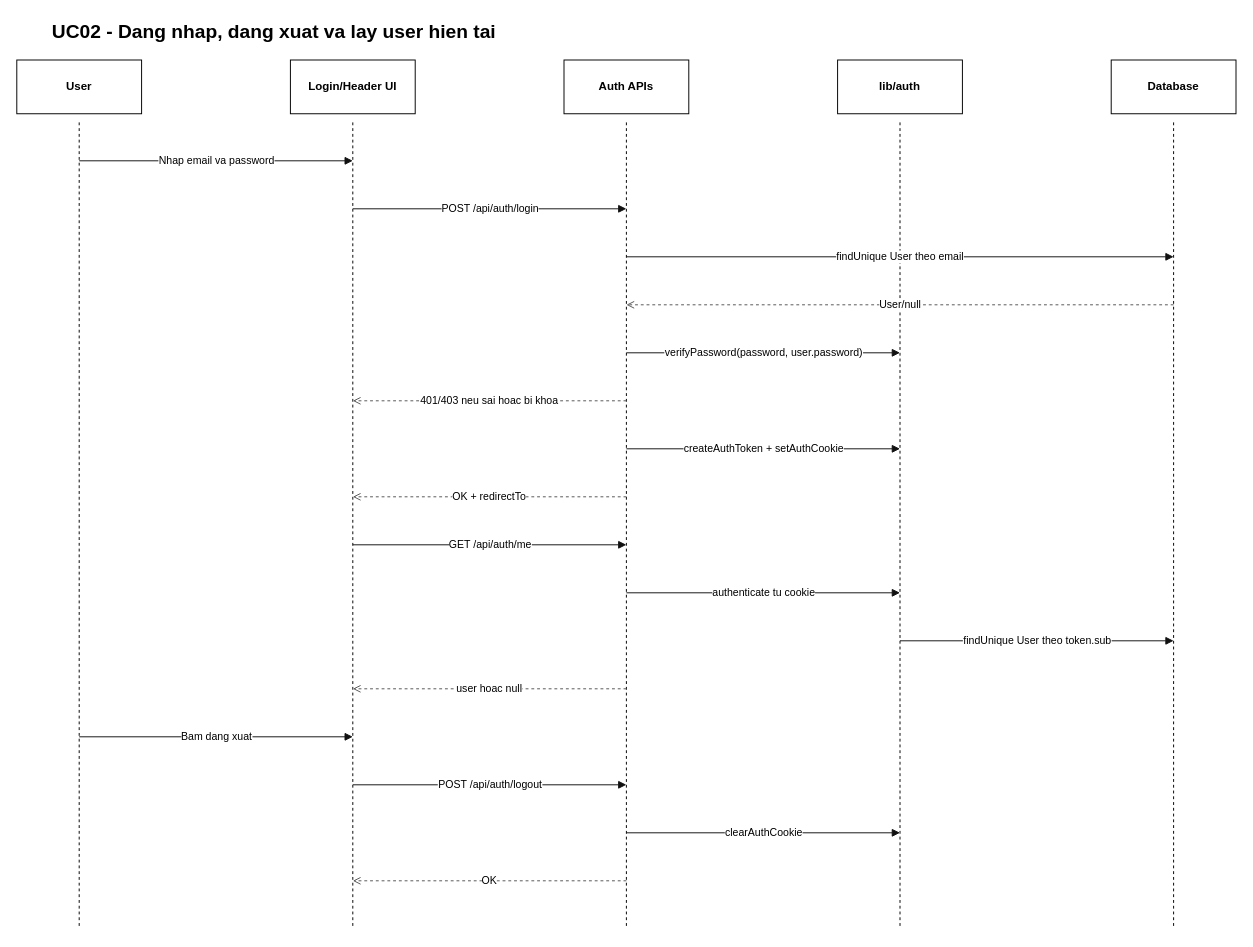
Before: page "Đăng nhập và phiên làm việc" (2 of 22) of finncenter-sequence-diagrams.drawio in vunguyen00/final-pj, a draw.io diagram. Source tidied: cells renumbered, new cells numbered last; positions are measured from the earlier drawing's top-left corner, leaving out a move shared by most shapes. Both pictures are drawn from the tidied source at 96%, with x=0, y=0 at pixel (16, 16).
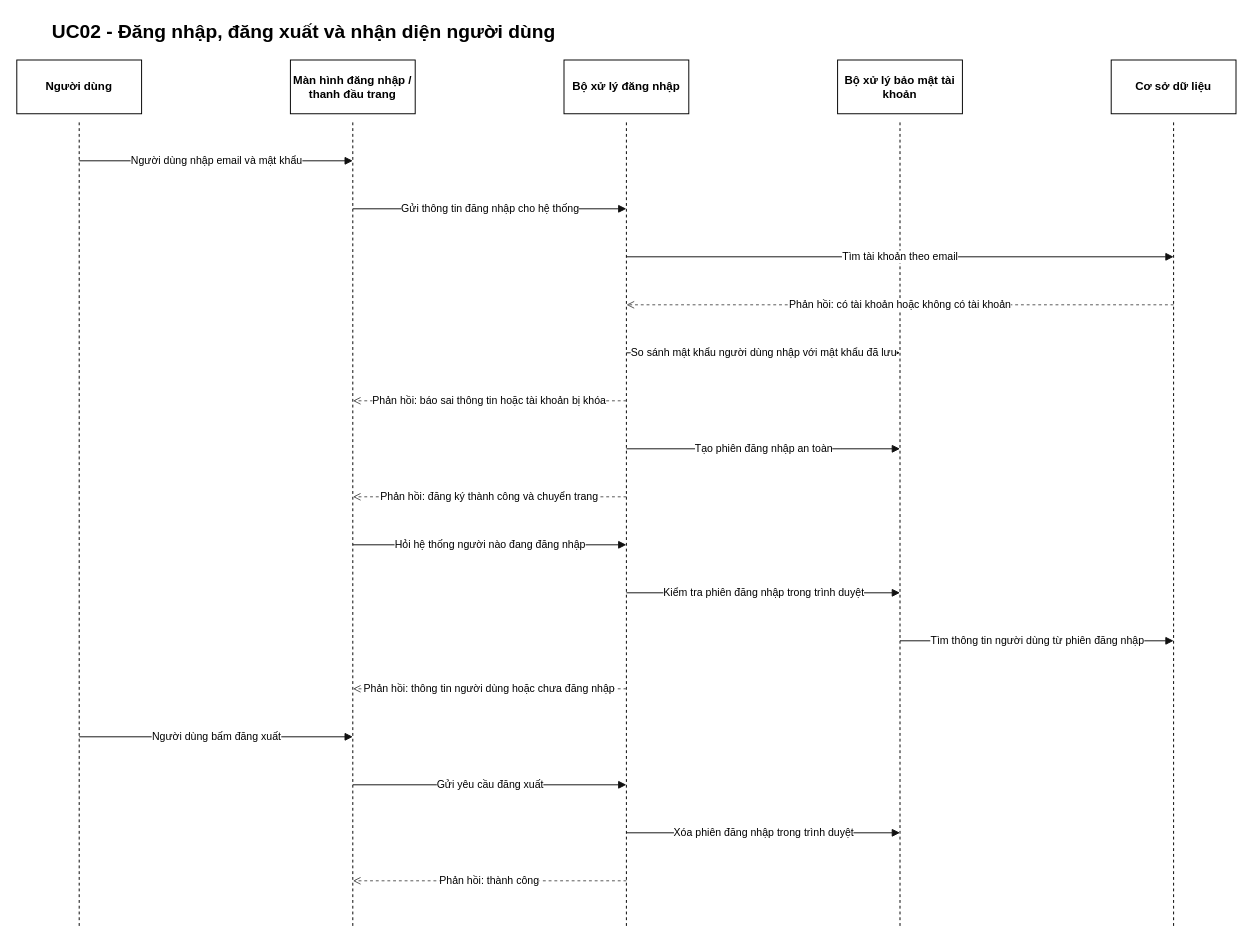
After the change.

Change to the diagram source:
```diff
@@
-    <mxCell id="2" value="UC02 - Dang nhap, dang xuat va lay user hien tai" style="text;html=1;strokeColor=none;fillColor=none;align=left;verticalAlign=middle;whiteSpace=wrap;rounded=0;fontSize=20;fontStyle=1;" parent="1" vertex="1">
+    <mxCell id="2" value="UC02 - Đăng nhập, đăng xuất và nhận diện người dùng" style="text;html=1;strokeColor=none;fillColor=none;align=left;verticalAlign=middle;whiteSpace=wrap;rounded=0;fontSize=20;fontStyle=1;" parent="1" vertex="1">
       <mxGeometry x="35" width="760" height="30" as="geometry" />
     </mxCell>
-    <mxCell id="3" value="User" style="rounded=0;whiteSpace=wrap;html=1;fontStyle=1;fillColor=#ffffff;strokeColor=#000000;" parent="1" vertex="1">
+    <mxCell id="3" value="Người dùng" style="rounded=0;whiteSpace=wrap;html=1;fontStyle=1;fillColor=#ffffff;strokeColor=#000000;" parent="1" vertex="1">
       <mxGeometry y="45" width="130" height="56" as="geometry" />
     </mxCell>
@@
-    <mxCell id="5" value="Login/Header UI" style="rounded=0;whiteSpace=wrap;html=1;fontStyle=1;fillColor=#ffffff;strokeColor=#000000;" parent="1" vertex="1">
+    <mxCell id="5" value="Màn hình đăng nhập / thanh đầu trang" style="rounded=0;whiteSpace=wrap;html=1;fontStyle=1;fillColor=#ffffff;strokeColor=#000000;" parent="1" vertex="1">
       <mxGeometry x="285" y="45" width="130" height="56" as="geometry" />
     </mxCell>
@@
-    <mxCell id="7" value="Auth APIs" style="rounded=0;whiteSpace=wrap;html=1;fontStyle=1;fillColor=#ffffff;strokeColor=#000000;" parent="1" vertex="1">
+    <mxCell id="7" value="Bộ xử lý đăng nhập" style="rounded=0;whiteSpace=wrap;html=1;fontStyle=1;fillColor=#ffffff;strokeColor=#000000;" parent="1" vertex="1">
       <mxGeometry x="570" y="45" width="130" height="56" as="geometry" />
     </mxCell>
@@
-    <mxCell id="9" value="lib/auth" style="rounded=0;whiteSpace=wrap;html=1;fontStyle=1;fillColor=#ffffff;strokeColor=#000000;" parent="1" vertex="1">
+    <mxCell id="9" value="Bộ xử lý bảo mật tài khoản" style="rounded=0;whiteSpace=wrap;html=1;fontStyle=1;fillColor=#ffffff;strokeColor=#000000;" parent="1" vertex="1">
       <mxGeometry x="855" y="45" width="130" height="56" as="geometry" />
     </mxCell>
@@
-    <mxCell id="11" value="Database" style="rounded=0;whiteSpace=wrap;html=1;fontStyle=1;fillColor=#ffffff;strokeColor=#000000;" parent="1" vertex="1">
+    <mxCell id="11" value="Cơ sở dữ liệu" style="rounded=0;whiteSpace=wrap;html=1;fontStyle=1;fillColor=#ffffff;strokeColor=#000000;" parent="1" vertex="1">
       <mxGeometry x="1140" y="45" width="130" height="56" as="geometry" />
     </mxCell>
@@
-    <mxCell id="13" value="Nhap email va password" style="endArrow=block;html=1;rounded=0;strokeWidth=1;strokeColor=#111111;" parent="1" edge="1">
+    <mxCell id="13" value="Người dùng nhập email và mật khẩu" style="endArrow=block;html=1;rounded=0;strokeWidth=1;strokeColor=#111111;" parent="1" edge="1">
       <mxGeometry relative="1" as="geometry">
         <mxPoint x="65" y="150" as="sourcePoint" />
         <mxPoint x="350" y="150" as="targetPoint" />
       </mxGeometry>
     </mxCell>
-    <mxCell id="14" value="POST /api/auth/login" style="endArrow=block;html=1;rounded=0;strokeWidth=1;strokeColor=#111111;" parent="1" edge="1">
+    <mxCell id="14" value="Gửi thông tin đăng nhập cho hệ thống" style="endArrow=block;html=1;rounded=0;strokeWidth=1;strokeColor=#111111;" parent="1" edge="1">
       <mxGeometry relative="1" as="geometry">
         <mxPoint x="350" y="200" as="sourcePoint" />
         <mxPoint x="635" y="200" as="targetPoint" />
       </mxGeometry>
     </mxCell>
-    <mxCell id="15" value="findUnique User theo email" style="endArrow=block;html=1;rounded=0;strokeWidth=1;strokeColor=#111111;" parent="1" edge="1">
+    <mxCell id="15" value="Tìm tài khoản theo email" style="endArrow=block;html=1;rounded=0;strokeWidth=1;strokeColor=#111111;" parent="1" edge="1">
       <mxGeometry relative="1" as="geometry">
         <mxPoint x="635" y="250" as="sourcePoint" />
         <mxPoint x="1205" y="250" as="targetPoint" />
       </mxGeometry>
     </mxCell>
-    <mxCell id="16" value="User/null" style="endArrow=open;html=1;rounded=0;dashed=1;strokeWidth=1;strokeColor=#555555;" parent="1" edge="1">
+    <mxCell id="16" value="Phản hồi: có tài khoản hoặc không có tài khoản" style="endArrow=open;html=1;rounded=0;dashed=1;strokeWidth=1;strokeColor=#555555;" parent="1" edge="1">
       <mxGeometry relative="1" as="geometry">
         <mxPoint x="1205" y="300" as="sourcePoint" />
         <mxPoint x="635" y="300" as="targetPoint" />
       </mxGeometry>
     </mxCell>
-    <mxCell id="17" value="verifyPassword(password, user.password)" style="endArrow=block;html=1;rounded=0;strokeWidth=1;strokeColor=#111111;" parent="1" edge="1">
+    <mxCell id="17" value="So sánh mật khẩu người dùng nhập với mật khẩu đã lưu" style="endArrow=block;html=1;rounded=0;strokeWidth=1;strokeColor=#111111;" parent="1" edge="1">
       <mxGeometry relative="1" as="geometry">
         <mxPoint x="635" y="350" as="sourcePoint" />
         <mxPoint x="920" y="350" as="targetPoint" />
       </mxGeometry>
     </mxCell>
-    <mxCell id="18" value="401/403 neu sai hoac bi khoa" style="endArrow=open;html=1;rounded=0;dashed=1;strokeWidth=1;strokeColor=#555555;" parent="1" edge="1">
+    <mxCell id="18" value="Phản hồi: báo sai thông tin hoặc tài khoản bị khóa" style="endArrow=open;html=1;rounded=0;dashed=1;strokeWidth=1;strokeColor=#555555;" parent="1" edge="1">
       <mxGeometry relative="1" as="geometry">
         <mxPoint x="635" y="400" as="sourcePoint" />
         <mxPoint x="350" y="400" as="targetPoint" />
       </mxGeometry>
     </mxCell>
-    <mxCell id="19" value="createAuthToken + setAuthCookie" style="endArrow=block;html=1;rounded=0;strokeWidth=1;strokeColor=#111111;" parent="1" edge="1">
+    <mxCell id="19" value="Tạo phiên đăng nhập an toàn" style="endArrow=block;html=1;rounded=0;strokeWidth=1;strokeColor=#111111;" parent="1" edge="1">
       <mxGeometry relative="1" as="geometry">
         <mxPoint x="635" y="450" as="sourcePoint" />
         <mxPoint x="920" y="450" as="targetPoint" />
       </mxGeometry>
     </mxCell>
-    <mxCell id="20" value="OK + redirectTo" style="endArrow=open;html=1;rounded=0;dashed=1;strokeWidth=1;strokeColor=#555555;" parent="1" edge="1">
+    <mxCell id="20" value="Phản hồi: đăng ký thành công và chuyển trang" style="endArrow=open;html=1;rounded=0;dashed=1;strokeWidth=1;strokeColor=#555555;" parent="1" edge="1">
       <mxGeometry relative="1" as="geometry">
         <mxPoint x="635" y="500" as="sourcePoint" />
         <mxPoint x="350" y="500" as="targetPoint" />
       </mxGeometry>
     </mxCell>
-    <mxCell id="21" value="GET /api/auth/me" style="endArrow=block;html=1;rounded=0;strokeWidth=1;strokeColor=#111111;" parent="1" edge="1">
+    <mxCell id="21" value="Hỏi hệ thống người nào đang đăng nhập" style="endArrow=block;html=1;rounded=0;strokeWidth=1;strokeColor=#111111;" parent="1" edge="1">
       <mxGeometry relative="1" as="geometry">
         <mxPoint x="350" y="550" as="sourcePoint" />
         <mxPoint x="635" y="550" as="targetPoint" />
       </mxGeometry>
     </mxCell>
-    <mxCell id="22" value="authenticate tu cookie" style="endArrow=block;html=1;rounded=0;strokeWidth=1;strokeColor=#111111;" parent="1" edge="1">
+    <mxCell id="22" value="Kiểm tra phiên đăng nhập trong trình duyệt" style="endArrow=block;html=1;rounded=0;strokeWidth=1;strokeColor=#111111;" parent="1" edge="1">
       <mxGeometry relative="1" as="geometry">
         <mxPoint x="635" y="600" as="sourcePoint" />
         <mxPoint x="920" y="600" as="targetPoint" />
       </mxGeometry>
     </mxCell>
-    <mxCell id="23" value="findUnique User theo token.sub" style="endArrow=block;html=1;rounded=0;strokeWidth=1;strokeColor=#111111;" parent="1" edge="1">
+    <mxCell id="23" value="Tìm thông tin người dùng từ phiên đăng nhập" style="endArrow=block;html=1;rounded=0;strokeWidth=1;strokeColor=#111111;" parent="1" edge="1">
       <mxGeometry relative="1" as="geometry">
         <mxPoint x="920" y="650" as="sourcePoint" />
         <mxPoint x="1205" y="650" as="targetPoint" />
       </mxGeometry>
     </mxCell>
-    <mxCell id="24" value="user hoac null" style="endArrow=open;html=1;rounded=0;dashed=1;strokeWidth=1;strokeColor=#555555;" parent="1" edge="1">
+    <mxCell id="24" value="Phản hồi: thông tin người dùng hoặc chưa đăng nhập" style="endArrow=open;html=1;rounded=0;dashed=1;strokeWidth=1;strokeColor=#555555;" parent="1" edge="1">
       <mxGeometry relative="1" as="geometry">
         <mxPoint x="635" y="700" as="sourcePoint" />
         <mxPoint x="350" y="700" as="targetPoint" />
       </mxGeometry>
     </mxCell>
-    <mxCell id="25" value="Bam dang xuat" style="endArrow=block;html=1;rounded=0;strokeWidth=1;strokeColor=#111111;" parent="1" edge="1">
+    <mxCell id="25" value="Người dùng bấm đăng xuất" style="endArrow=block;html=1;rounded=0;strokeWidth=1;strokeColor=#111111;" parent="1" edge="1">
       <mxGeometry relative="1" as="geometry">
         <mxPoint x="65" y="750" as="sourcePoint" />
         <mxPoint x="350" y="750" as="targetPoint" />
       </mxGeometry>
     </mxCell>
-    <mxCell id="26" value="POST /api/auth/logout" style="endArrow=block;html=1;rounded=0;strokeWidth=1;strokeColor=#111111;" parent="1" edge="1">
+    <mxCell id="26" value="Gửi yêu cầu đăng xuất" style="endArrow=block;html=1;rounded=0;strokeWidth=1;strokeColor=#111111;" parent="1" edge="1">
       <mxGeometry relative="1" as="geometry">
         <mxPoint x="350" y="800" as="sourcePoint" />
         <mxPoint x="635" y="800" as="targetPoint" />
       </mxGeometry>
     </mxCell>
-    <mxCell id="27" value="clearAuthCookie" style="endArrow=block;html=1;rounded=0;strokeWidth=1;strokeColor=#111111;" parent="1" edge="1">
+    <mxCell id="27" value="Xóa phiên đăng nhập trong trình duyệt" style="endArrow=block;html=1;rounded=0;strokeWidth=1;strokeColor=#111111;" parent="1" edge="1">
       <mxGeometry relative="1" as="geometry">
         <mxPoint x="635" y="850" as="sourcePoint" />
         <mxPoint x="920" y="850" as="targetPoint" />
       </mxGeometry>
     </mxCell>
-    <mxCell id="28" value="OK" style="endArrow=open;html=1;rounded=0;dashed=1;strokeWidth=1;strokeColor=#555555;" parent="1" edge="1">
+    <mxCell id="28" value="Phản hồi: thành công" style="endArrow=open;html=1;rounded=0;dashed=1;strokeWidth=1;strokeColor=#555555;" parent="1" edge="1">
       <mxGeometry relative="1" as="geometry">
         <mxPoint x="635" y="900" as="sourcePoint" />
         <mxPoint x="350" y="900" as="targetPoint" />
       </mxGeometry>
     </mxCell>
```
